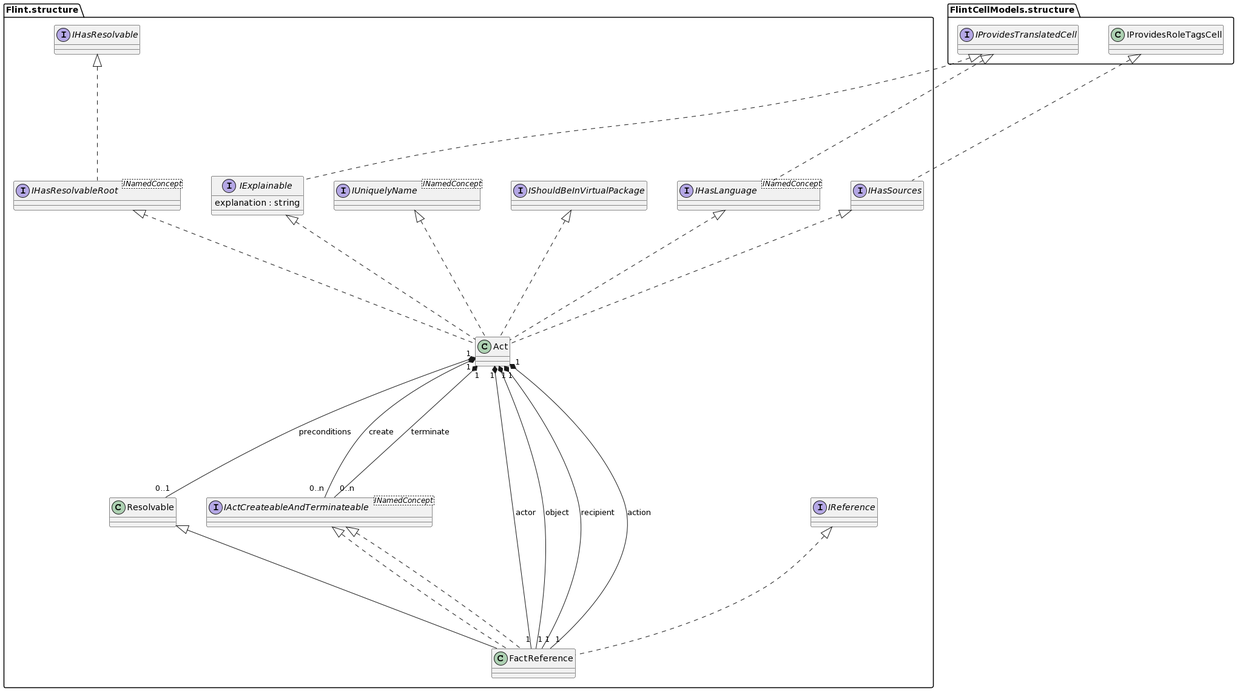
Before: docs/uml/act-model.png, a diagram exported from PlantUML (discipl/flinteditor-mps). The source it was exported from:
```plantuml
@startuml
skinparam nodesep 50
skinparam ranksep 200

interface "Flint.structure.IExplainable"
"Flint.structure.IExplainable" : explanation : string
interface "FlintCellModels.structure.IProvidesTranslatedCell"
interface "Flint.structure.IHasResolvableRoot" <INamedConcept>
interface "Flint.structure.IHasSources"
interface "Flint.structure.IShouldBeInVirtualPackage"
class "Flint.structure.Resolvable"
interface "Flint.structure.IActCreateableAndTerminateable" <INamedConcept>
interface "Flint.structure.IReference"
class "Flint.structure.FactReference"
interface "Flint.structure.IUniquelyName" <INamedConcept>
interface "Flint.structure.IHasResolvable"
interface "Flint.structure.IHasLanguage" <INamedConcept>


"FlintCellModels.structure.IProvidesTranslatedCell" <|.. "Flint.structure.IHasLanguage"
"FlintCellModels.structure.IProvidesRoleTagsCell" <|.. "Flint.structure.IHasSources"
"Flint.structure.IHasResolvable" <|.. "Flint.structure.IHasResolvableRoot"
"FlintCellModels.structure.IProvidesTranslatedCell" <|.. "Flint.structure.IExplainable"
"Flint.structure.IUniquelyName" <|.. "Flint.structure.Act"
"Flint.structure.IExplainable" <|.. "Flint.structure.Act"
"Flint.structure.IHasResolvableRoot" <|.. "Flint.structure.Act"
"Flint.structure.IHasSources" <|.. "Flint.structure.Act"
"Flint.structure.IShouldBeInVirtualPackage" <|.. "Flint.structure.Act"
"Flint.structure.IHasLanguage" <|.. "Flint.structure.Act"
"Flint.structure.Act" "1" *-- "0..1" "Flint.structure.Resolvable" : preconditions
"Flint.structure.Act" "1" *-- "0..n" "Flint.structure.IActCreateableAndTerminateable" : create
"Flint.structure.Act" "1" *-- "0..n" "Flint.structure.IActCreateableAndTerminateable" : terminate
"Flint.structure.Act" "1" *-- "1" "Flint.structure.FactReference" : actor
"Flint.structure.Act" "1" *-- "1" "Flint.structure.FactReference" : object
"Flint.structure.Act" "1" *-- "1" "Flint.structure.FactReference" : recipient
"Flint.structure.Act" "1" *-- "1" "Flint.structure.FactReference" : action
"Flint.structure.IActCreateableAndTerminateable" <|.. "Flint.structure.FactReference"
"Flint.structure.IReference" <|.. "Flint.structure.FactReference"
"Flint.structure.Resolvable" <|-- "Flint.structure.FactReference"
"Flint.structure.IActCreateableAndTerminateable" <|.. "Flint.structure.FactReference"
@enduml
```
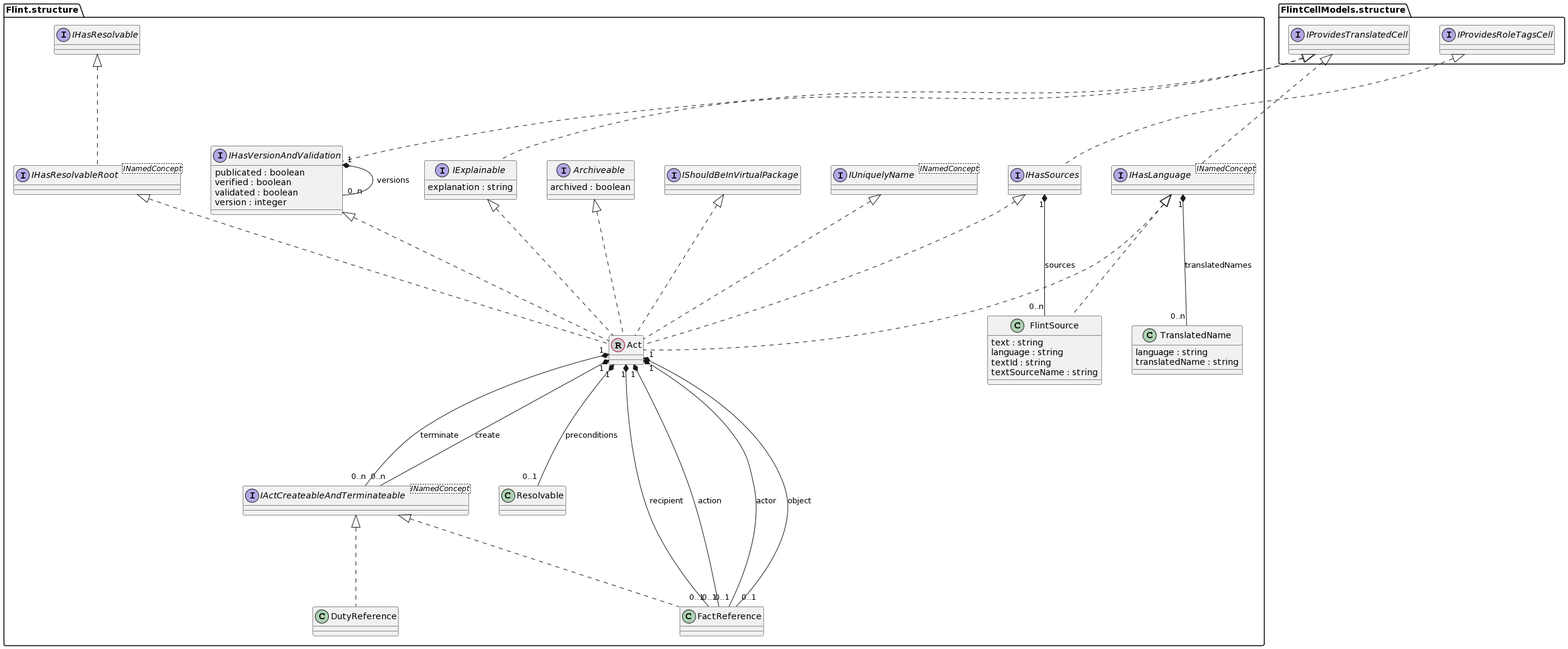
The same file after the commit.

What changed in the source:
```diff
@@ -1,41 +1,73 @@
 @startuml
 skinparam nodesep 50
-skinparam ranksep 200
+skinparam ranksep 150
+
+interface "Flint.structure.IUniquelyName" <INamedConcept>
+interface "Flint.structure.IShouldBeInVirtualPackage"
+interface "Flint.structure.Archiveable"
+"Flint.structure.Archiveable" : archived : boolean
+interface "Flint.structure.IHasResolvable"
+
 
 interface "Flint.structure.IExplainable"
+interface "FlintCellModels.structure.IProvidesTranslatedCell"
 "Flint.structure.IExplainable" : explanation : string
+"FlintCellModels.structure.IProvidesTranslatedCell" <|.. "Flint.structure.IExplainable"
+
+interface "Flint.structure.IHasResolvableRoot" <INamedConcept>
+interface "Flint.structure.IHasResolvable"
+"Flint.structure.IHasResolvable" <|.. "Flint.structure.IHasResolvableRoot"
+
+interface "Flint.structure.IHasLanguage" <INamedConcept>
 interface "FlintCellModels.structure.IProvidesTranslatedCell"
-interface "Flint.structure.IHasResolvableRoot" <INamedConcept>
+class "Flint.structure.TranslatedName"
+"Flint.structure.TranslatedName" : language : string
+"Flint.structure.TranslatedName" : translatedName : string
+"FlintCellModels.structure.IProvidesTranslatedCell" <|.. "Flint.structure.IHasLanguage"
+"Flint.structure.IHasLanguage" "1" *-- "0..n" "Flint.structure.TranslatedName" : translatedNames
+
+interface "Flint.structure.IHasVersionAndValidation"
+interface "FlintCellModels.structure.IProvidesTranslatedCell"
+"Flint.structure.IHasVersionAndValidation" : publicated : boolean
+"Flint.structure.IHasVersionAndValidation" : verified : boolean
+"Flint.structure.IHasVersionAndValidation" : validated : boolean
+"Flint.structure.IHasVersionAndValidation" : version : integer
+"FlintCellModels.structure.IProvidesTranslatedCell" <|.. "Flint.structure.IHasVersionAndValidation"
+"Flint.structure.IHasVersionAndValidation" "1" *-- "0..n" "Flint.structure.IHasVersionAndValidation" : versions
+
 interface "Flint.structure.IHasSources"
-interface "Flint.structure.IShouldBeInVirtualPackage"
+interface "FlintCellModels.structure.IProvidesRoleTagsCell"
+    class "Flint.structure.FlintSource"
+    "Flint.structure.FlintSource" : text : string
+    "Flint.structure.FlintSource" : language : string
+    "Flint.structure.FlintSource" : textId : string
+    "Flint.structure.FlintSource" : textSourceName : string
+    "Flint.structure.IHasLanguage" <|.. "Flint.structure.FlintSource"
+
+"FlintCellModels.structure.IProvidesRoleTagsCell" <|.. "Flint.structure.IHasSources"
+"Flint.structure.IHasSources" "1" *-- "0..n" "Flint.structure.FlintSource" : sources
+
+interface "Flint.structure.IActCreateableAndTerminateable" <INamedConcept>
+class "Flint.structure.Act"  << (R, lightgrey) >>
 class "Flint.structure.Resolvable"
-interface "Flint.structure.IActCreateableAndTerminateable" <INamedConcept>
-interface "Flint.structure.IReference"
 class "Flint.structure.FactReference"
-interface "Flint.structure.IUniquelyName" <INamedConcept>
-interface "Flint.structure.IHasResolvable"
-interface "Flint.structure.IHasLanguage" <INamedConcept>
+class "Flint.structure.DutyReference"
 
-
-"FlintCellModels.structure.IProvidesTranslatedCell" <|.. "Flint.structure.IHasLanguage"
-"FlintCellModels.structure.IProvidesRoleTagsCell" <|.. "Flint.structure.IHasSources"
-"Flint.structure.IHasResolvable" <|.. "Flint.structure.IHasResolvableRoot"
-"FlintCellModels.structure.IProvidesTranslatedCell" <|.. "Flint.structure.IExplainable"
 "Flint.structure.IUniquelyName" <|.. "Flint.structure.Act"
 "Flint.structure.IExplainable" <|.. "Flint.structure.Act"
 "Flint.structure.IHasResolvableRoot" <|.. "Flint.structure.Act"
 "Flint.structure.IHasSources" <|.. "Flint.structure.Act"
 "Flint.structure.IShouldBeInVirtualPackage" <|.. "Flint.structure.Act"
 "Flint.structure.IHasLanguage" <|.. "Flint.structure.Act"
+"Flint.structure.IHasVersionAndValidation" <|.. "Flint.structure.Act"
+"Flint.structure.Archiveable" <|.. "Flint.structure.Act"
 "Flint.structure.Act" "1" *-- "0..1" "Flint.structure.Resolvable" : preconditions
 "Flint.structure.Act" "1" *-- "0..n" "Flint.structure.IActCreateableAndTerminateable" : create
 "Flint.structure.Act" "1" *-- "0..n" "Flint.structure.IActCreateableAndTerminateable" : terminate
-"Flint.structure.Act" "1" *-- "1" "Flint.structure.FactReference" : actor
-"Flint.structure.Act" "1" *-- "1" "Flint.structure.FactReference" : object
-"Flint.structure.Act" "1" *-- "1" "Flint.structure.FactReference" : recipient
-"Flint.structure.Act" "1" *-- "1" "Flint.structure.FactReference" : action
+"Flint.structure.Act" "1" *-- "0..1" "Flint.structure.FactReference" : actor
+"Flint.structure.Act" "1" *-- "0..1" "Flint.structure.FactReference" : object
+"Flint.structure.Act" "1" *-- "0..1" "Flint.structure.FactReference" : recipient
+"Flint.structure.Act" "1" *-- "0..1" "Flint.structure.FactReference" : action
 "Flint.structure.IActCreateableAndTerminateable" <|.. "Flint.structure.FactReference"
-"Flint.structure.IReference" <|.. "Flint.structure.FactReference"
-"Flint.structure.Resolvable" <|-- "Flint.structure.FactReference"
-"Flint.structure.IActCreateableAndTerminateable" <|.. "Flint.structure.FactReference"
+"Flint.structure.IActCreateableAndTerminateable" <|.. "Flint.structure.DutyReference"
 @enduml
```
